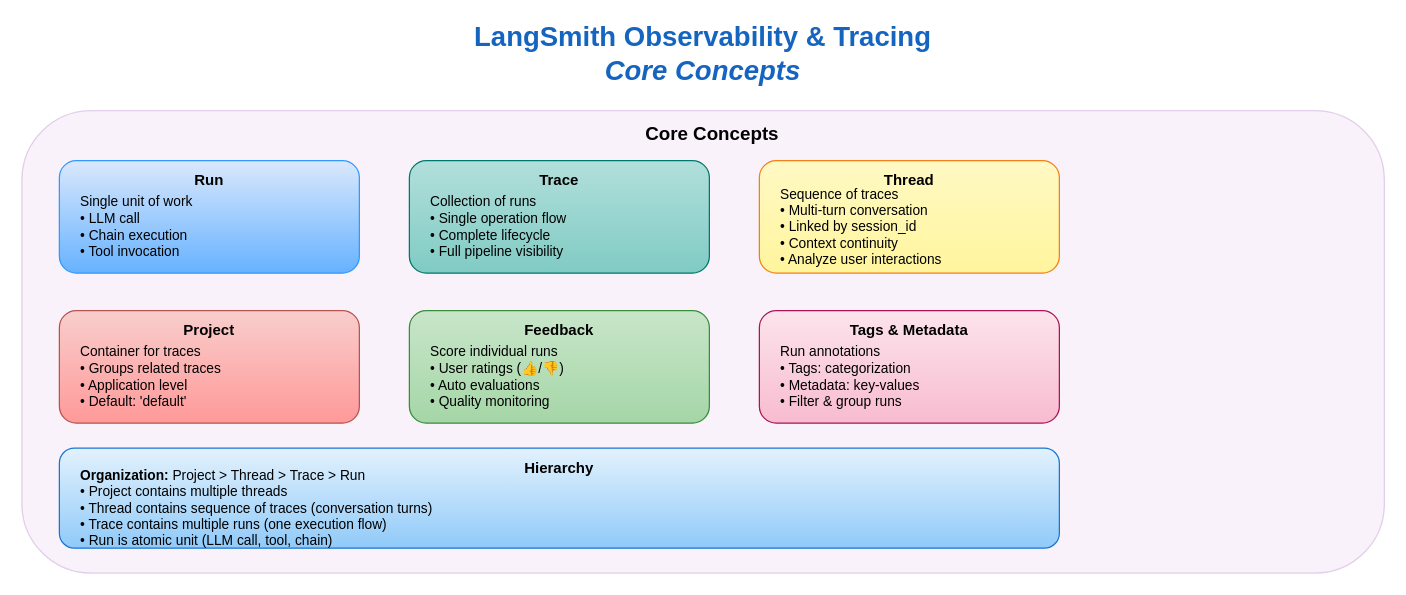
The draw.io diagram other/diagrams/langsmith_observability_core_concepts.drawio in michaelmiscanuk/czsu-multi-agent-text-to-sql, before the edit. Source tidied: cells renumbered, new cells numbered last; positions are measured from the earlier drawing's top-left corner, leaving out a move shared by most shapes. Both pictures are drawn from the tidied source at 125%, with x=0, y=0 at pixel (21, 22).
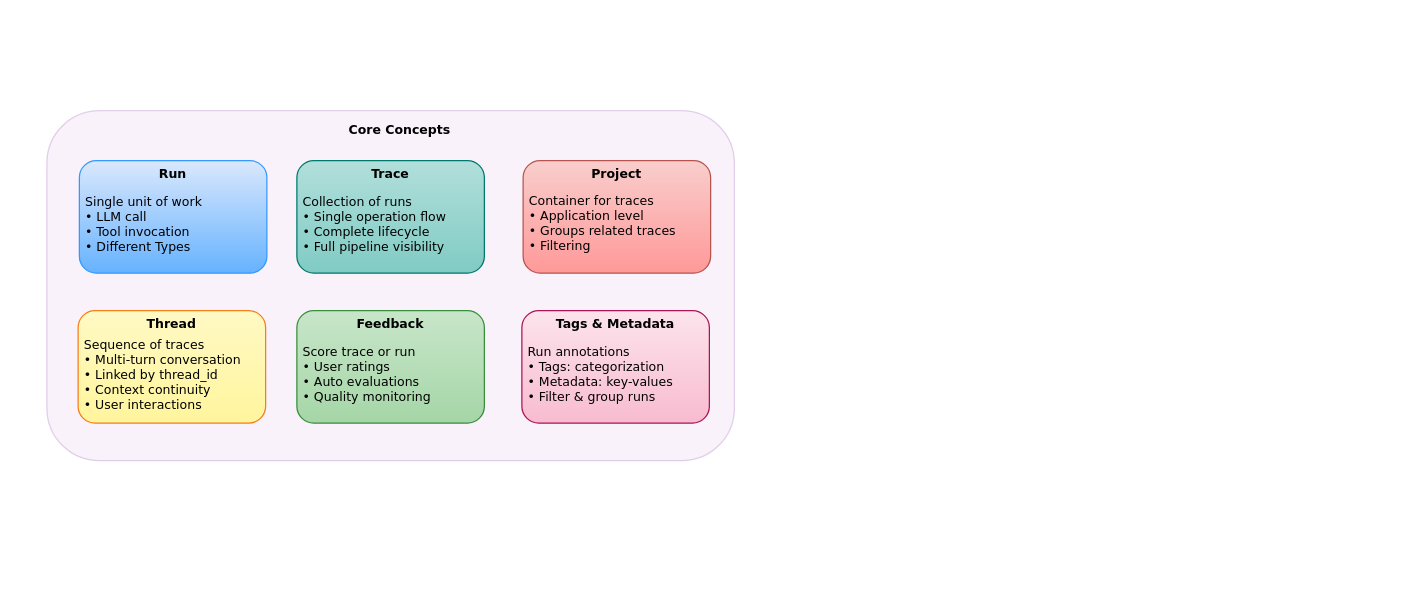
Above is the later version.

Commit message (it also covers changes not shown here):
247 Observability and Tracing Diagrams

Diff of the diagram source:
```diff
@@
 <mxGraphModel>
   <root>
     <mxCell id="0" />
     <mxCell id="1" parent="0" />
-    <mxCell id="2" value="&lt;b&gt;LangSmith Observability &amp; Tracing&lt;/b&gt;&lt;br&gt;&lt;i&gt;Core Concepts&lt;/i&gt;" style="text;html=1;strokeColor=none;fillColor=none;align=center;verticalAlign=middle;whiteSpace=wrap;rounded=0;fontSize=22;fontStyle=1;fontFamily=Helvetica;fontColor=#1565C0;" parent="1" vertex="1">
-      <mxGeometry x="245" width="600" height="50" as="geometry" />
-    </mxCell>
-    <mxCell id="3" value="&lt;b&gt;Core Concepts&lt;/b&gt;" style="rounded=1;whiteSpace=wrap;html=1;fillColor=#e1bee7;strokeColor=#7B1FA2;fontSize=15;fontStyle=1;opacity=20;align=center;verticalAlign=top;spacingLeft=15;spacingTop=3;fontFamily=Helvetica;fontColor=default;gradientColor=none;" parent="1" vertex="1">
-      <mxGeometry y="70" width="1090" height="370" as="geometry" />
+    <mxCell id="3" value="&lt;b&gt;Core Concepts&lt;/b&gt;" style="rounded=1;whiteSpace=wrap;html=1;fillColor=#e1bee7;strokeColor=#7B1FA2;fontSize=10;fontStyle=1;opacity=20;align=center;verticalAlign=top;spacingLeft=15;spacingTop=3;fontFamily=Verdana;fontColor=default;gradientColor=none;" parent="1" vertex="1">
+      <mxGeometry x="20" y="70" width="550" height="280" as="geometry" />
     </mxCell>
-    <mxCell id="4" value="&lt;b&gt;Run&lt;/b&gt;" style="rounded=1;whiteSpace=wrap;html=1;fillColor=#dae8fc;strokeColor=#3399FF;fontSize=12;fontStyle=1;gradientColor=#66B2FF;align=center;verticalAlign=top;spacingTop=2;fontFamily=Helvetica;fontColor=default;spacing=2;" parent="1" vertex="1">
-      <mxGeometry x="30" y="110" width="240" height="90" as="geometry" />
+    <mxCell id="4" value="&lt;b&gt;Run&lt;/b&gt;" style="rounded=1;whiteSpace=wrap;html=1;fillColor=#dae8fc;strokeColor=#3399FF;fontSize=10;fontStyle=1;gradientColor=#66B2FF;align=center;verticalAlign=top;spacingTop=-2;fontFamily=Verdana;fontColor=default;spacing=2;" parent="1" vertex="1">
+      <mxGeometry x="46" y="110" width="150" height="90" as="geometry" />
     </mxCell>
-    <mxCell id="5" value="Single unit of work&lt;br&gt;• LLM call&lt;br&gt;• Chain execution&lt;br&gt;• Tool invocation" style="text;html=1;strokeColor=none;fillColor=none;align=left;verticalAlign=middle;whiteSpace=wrap;rounded=0;fontSize=11;fontFamily=Helvetica;fontColor=default;spacingLeft=10;" parent="1" vertex="1">
-      <mxGeometry x="35" y="133" width="230" height="60" as="geometry" />
+    <mxCell id="5" value="Single unit of work&lt;br&gt;• LLM call&lt;br&gt;•&amp;nbsp;Tool invocation&lt;div&gt;• Different Types&lt;/div&gt;" style="text;html=1;strokeColor=none;fillColor=none;align=left;verticalAlign=middle;whiteSpace=wrap;rounded=0;fontSize=10;fontFamily=Verdana;fontColor=default;spacingLeft=2;" parent="1" vertex="1">
+      <mxGeometry x="47" y="131" width="145" height="60" as="geometry" />
     </mxCell>
-    <mxCell id="6" value="&lt;b&gt;Trace&lt;/b&gt;" style="rounded=1;whiteSpace=wrap;html=1;fillColor=#b2dfdb;strokeColor=#00796B;fontSize=12;fontStyle=1;gradientColor=#80CBC4;align=center;verticalAlign=top;spacingTop=2;fontFamily=Helvetica;fontColor=default;spacing=2;" parent="1" vertex="1">
-      <mxGeometry x="310" y="110" width="240" height="90" as="geometry" />
+    <mxCell id="6" value="&lt;b&gt;Trace&lt;/b&gt;" style="rounded=1;whiteSpace=wrap;html=1;fillColor=#b2dfdb;strokeColor=#00796B;fontSize=10;fontStyle=1;gradientColor=#80CBC4;align=center;verticalAlign=top;spacingTop=-2;fontFamily=Verdana;fontColor=default;spacing=2;" parent="1" vertex="1">
+      <mxGeometry x="220" y="110" width="150" height="90" as="geometry" />
     </mxCell>
-    <mxCell id="7" value="Collection of runs&lt;br&gt;• Single operation flow&lt;br&gt;• Complete lifecycle&lt;br&gt;• Full pipeline visibility" style="text;html=1;strokeColor=none;fillColor=none;align=left;verticalAlign=middle;whiteSpace=wrap;rounded=0;fontSize=11;fontFamily=Helvetica;fontColor=default;spacingLeft=10;" parent="1" vertex="1">
-      <mxGeometry x="315" y="133" width="230" height="60" as="geometry" />
+    <mxCell id="7" value="Collection of runs&lt;br&gt;• Single operation flow&lt;br&gt;• Complete lifecycle&lt;br&gt;• Full pipeline visibility" style="text;html=1;strokeColor=none;fillColor=none;align=left;verticalAlign=middle;whiteSpace=wrap;rounded=0;fontSize=10;fontFamily=Verdana;fontColor=default;spacingLeft=2;" parent="1" vertex="1">
+      <mxGeometry x="221" y="131" width="145" height="60" as="geometry" />
     </mxCell>
-    <mxCell id="8" value="&lt;b&gt;Thread&lt;/b&gt;" style="rounded=1;whiteSpace=wrap;html=1;fillColor=#fff9c4;strokeColor=#F57F17;fontSize=12;fontStyle=1;gradientColor=#FFF59D;align=center;verticalAlign=top;spacingTop=2;fontFamily=Helvetica;fontColor=default;spacing=2;" parent="1" vertex="1">
-      <mxGeometry x="590" y="110" width="240" height="90" as="geometry" />
+    <mxCell id="8" value="&lt;b&gt;Thread&lt;/b&gt;" style="rounded=1;whiteSpace=wrap;html=1;fillColor=#fff9c4;strokeColor=#F57F17;fontSize=10;fontStyle=1;gradientColor=#FFF59D;align=center;verticalAlign=top;spacingTop=-2;fontFamily=Verdana;fontColor=default;spacing=2;" parent="1" vertex="1">
+      <mxGeometry x="45" y="230" width="150" height="90" as="geometry" />
     </mxCell>
-    <mxCell id="9" value="Sequence of traces&lt;br&gt;• Multi-turn conversation&lt;br&gt;• Linked by session_id&lt;br&gt;• Context continuity&lt;br&gt;• Analyze user interactions" style="text;html=1;strokeColor=none;fillColor=none;align=left;verticalAlign=middle;whiteSpace=wrap;rounded=0;fontSize=11;fontFamily=Helvetica;fontColor=default;spacingLeft=10;" parent="1" vertex="1">
-      <mxGeometry x="595" y="133" width="230" height="60" as="geometry" />
+    <mxCell id="9" value="Sequence of traces&lt;br&gt;• Multi-turn conversation&lt;br&gt;• Linked by thread_id&lt;br&gt;• Context continuity&lt;br&gt;• User interactions" style="text;html=1;strokeColor=none;fillColor=none;align=left;verticalAlign=middle;whiteSpace=wrap;rounded=0;fontSize=10;fontFamily=Verdana;fontColor=default;spacingLeft=2;" parent="1" vertex="1">
+      <mxGeometry x="46" y="251" width="145" height="60" as="geometry" />
     </mxCell>
-    <mxCell id="10" value="&lt;b&gt;Project&lt;/b&gt;" style="rounded=1;whiteSpace=wrap;html=1;fillColor=#f8cecc;strokeColor=#b85450;fontSize=12;fontStyle=1;gradientColor=#FF9999;align=center;verticalAlign=top;spacingTop=2;fontFamily=Helvetica;fontColor=default;spacing=2;" parent="1" vertex="1">
-      <mxGeometry x="30" y="230" width="240" height="90" as="geometry" />
+    <mxCell id="10" value="&lt;b&gt;Project&lt;/b&gt;" style="rounded=1;whiteSpace=wrap;html=1;fillColor=#f8cecc;strokeColor=#b85450;fontSize=10;fontStyle=1;gradientColor=#FF9999;align=center;verticalAlign=top;spacingTop=-2;fontFamily=Verdana;fontColor=default;spacing=2;" parent="1" vertex="1">
+      <mxGeometry x="401" y="110" width="150" height="90" as="geometry" />
     </mxCell>
-    <mxCell id="11" value="Container for traces&lt;br&gt;• Groups related traces&lt;br&gt;• Application level&lt;br&gt;• Default: 'default'" style="text;html=1;strokeColor=none;fillColor=none;align=left;verticalAlign=middle;whiteSpace=wrap;rounded=0;fontSize=11;fontFamily=Helvetica;fontColor=default;spacingLeft=10;" parent="1" vertex="1">
-      <mxGeometry x="35" y="253" width="230" height="60" as="geometry" />
+    <mxCell id="11" value="Container for traces&lt;br&gt;• Application level&lt;br&gt;&lt;div&gt;• Groups related traces&lt;/div&gt;&lt;div&gt;• Filtering&lt;br&gt;&lt;br&gt;&lt;/div&gt;" style="text;html=1;strokeColor=none;fillColor=none;align=left;verticalAlign=middle;whiteSpace=wrap;rounded=0;fontSize=10;fontFamily=Verdana;fontColor=default;spacingLeft=2;" parent="1" vertex="1">
+      <mxGeometry x="402" y="131" width="145" height="69" as="geometry" />
     </mxCell>
-    <mxCell id="12" value="&lt;b&gt;Feedback&lt;/b&gt;" style="rounded=1;whiteSpace=wrap;html=1;fillColor=#c8e6c9;strokeColor=#388E3C;fontSize=12;fontStyle=1;gradientColor=#A5D6A7;align=center;verticalAlign=top;spacingTop=2;fontFamily=Helvetica;fontColor=default;spacing=2;" parent="1" vertex="1">
-      <mxGeometry x="310" y="230" width="240" height="90" as="geometry" />
+    <mxCell id="12" value="&lt;b&gt;Feedback&lt;/b&gt;" style="rounded=1;whiteSpace=wrap;html=1;fillColor=#c8e6c9;strokeColor=#388E3C;fontSize=10;fontStyle=1;gradientColor=#A5D6A7;align=center;verticalAlign=top;spacingTop=-2;fontFamily=Verdana;fontColor=default;spacing=2;" parent="1" vertex="1">
+      <mxGeometry x="220" y="230" width="150" height="90" as="geometry" />
     </mxCell>
-    <mxCell id="13" value="Score individual runs&lt;br&gt;• User ratings (👍/👎)&lt;br&gt;• Auto evaluations&lt;br&gt;• Quality monitoring" style="text;html=1;strokeColor=none;fillColor=none;align=left;verticalAlign=middle;whiteSpace=wrap;rounded=0;fontSize=11;fontFamily=Helvetica;fontColor=default;spacingLeft=10;" parent="1" vertex="1">
-      <mxGeometry x="315" y="253" width="230" height="60" as="geometry" />
+    <mxCell id="13" value="Score trace or run&lt;br&gt;• User ratings&lt;br&gt;• Auto evaluations&lt;br&gt;• Quality monitoring" style="text;html=1;strokeColor=none;fillColor=none;align=left;verticalAlign=middle;whiteSpace=wrap;rounded=0;fontSize=10;fontFamily=Verdana;fontColor=default;spacingLeft=2;" parent="1" vertex="1">
+      <mxGeometry x="221" y="251" width="145" height="60" as="geometry" />
     </mxCell>
-    <mxCell id="14" value="&lt;b&gt;Tags &amp; Metadata&lt;/b&gt;" style="rounded=1;whiteSpace=wrap;html=1;fillColor=#fce4ec;strokeColor=#AD1457;fontSize=12;fontStyle=1;gradientColor=#F8BBD0;align=center;verticalAlign=top;spacingTop=2;fontFamily=Helvetica;fontColor=default;spacing=2;" parent="1" vertex="1">
-      <mxGeometry x="590" y="230" width="240" height="90" as="geometry" />
+    <mxCell id="14" value="&lt;b&gt;Tags &amp;amp; Metadata&lt;/b&gt;" style="rounded=1;whiteSpace=wrap;html=1;fillColor=#fce4ec;strokeColor=#AD1457;fontSize=10;fontStyle=1;gradientColor=#F8BBD0;align=center;verticalAlign=top;spacingTop=-2;fontFamily=Verdana;fontColor=default;spacing=2;" parent="1" vertex="1">
+      <mxGeometry x="400" y="230" width="150" height="90" as="geometry" />
     </mxCell>
-    <mxCell id="15" value="Run annotations&lt;br&gt;• Tags: categorization&lt;br&gt;• Metadata: key-values&lt;br&gt;• Filter &amp; group runs" style="text;html=1;strokeColor=none;fillColor=none;align=left;verticalAlign=middle;whiteSpace=wrap;rounded=0;fontSize=11;fontFamily=Helvetica;fontColor=default;spacingLeft=10;" parent="1" vertex="1">
-      <mxGeometry x="595" y="253" width="230" height="60" as="geometry" />
+    <mxCell id="15" value="Run annotations&lt;br&gt;• Tags: categorization&lt;br&gt;• Metadata: key-values&lt;br&gt;• Filter &amp;amp; group runs" style="text;html=1;strokeColor=none;fillColor=none;align=left;verticalAlign=middle;whiteSpace=wrap;rounded=0;fontSize=10;fontFamily=Verdana;fontColor=default;spacingLeft=2;" parent="1" vertex="1">
+      <mxGeometry x="401" y="251" width="145" height="60" as="geometry" />
     </mxCell>
-    <mxCell id="16" value="&lt;b&gt;Hierarchy&lt;/b&gt;" style="rounded=1;whiteSpace=wrap;html=1;fillColor=#e3f2fd;strokeColor=#1976D2;fontSize=12;fontStyle=1;gradientColor=#90CAF9;align=center;verticalAlign=top;spacingTop=2;fontFamily=Helvetica;fontColor=default;spacing=2;" parent="1" vertex="1">
-      <mxGeometry x="30" y="340" width="800" height="80" as="geometry" />
-    </mxCell>
-    <mxCell id="17" value="&lt;b&gt;Organization:&lt;/b&gt; Project &gt; Thread &gt; Trace &gt; Run&lt;br&gt;• Project contains multiple threads&lt;br&gt;• Thread contains sequence of traces (conversation turns)&lt;br&gt;• Trace contains multiple runs (one execution flow)&lt;br&gt;• Run is atomic unit (LLM call, tool, chain)" style="text;html=1;strokeColor=none;fillColor=none;align=left;verticalAlign=middle;whiteSpace=wrap;rounded=0;fontSize=11;fontFamily=Helvetica;fontColor=default;spacingLeft=10;" parent="1" vertex="1">
-      <mxGeometry x="35" y="363" width="790" height="50" as="geometry" />
-    </mxCell>
   </root>
 </mxGraphModel>
```
